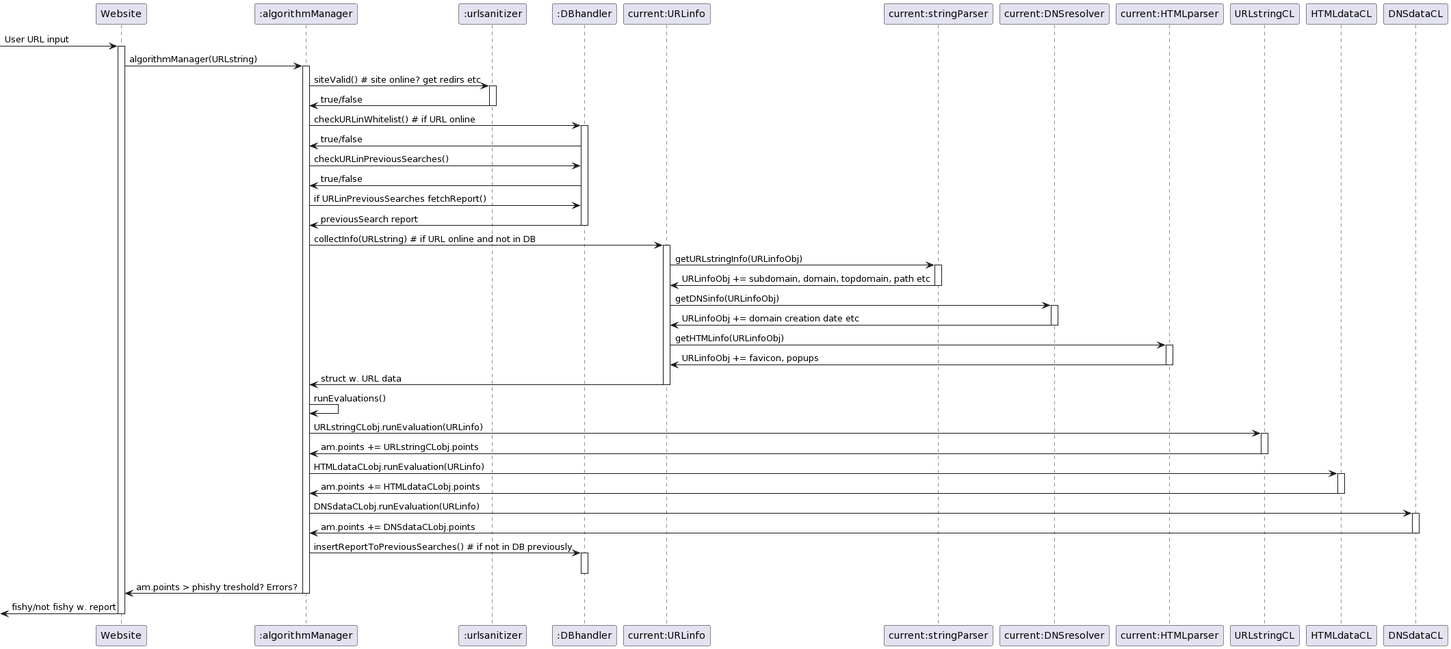
Earlier version of the PlantUML export sequence_diagram.png (Purcs3d/phishing-softhouse).
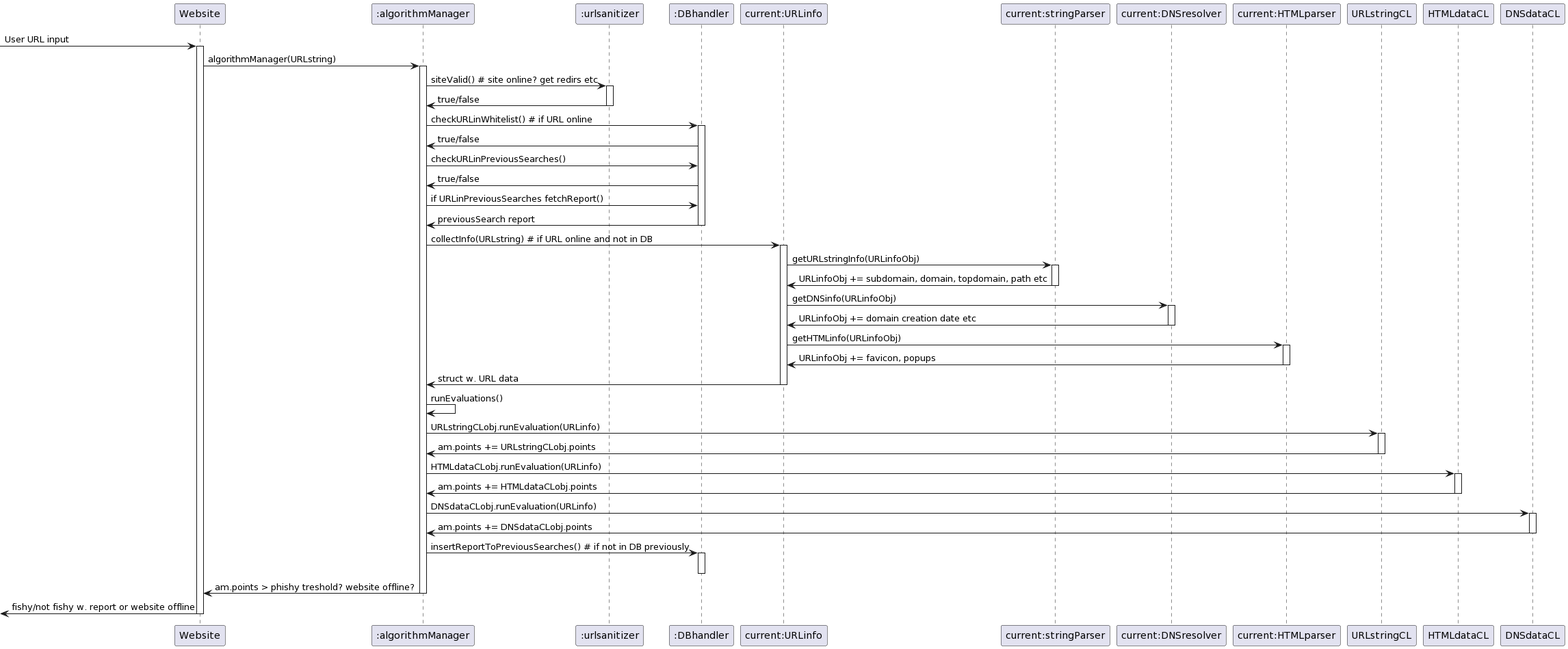
After the change.

Change to the diagram source:
```diff
@@ -62,8 +62,8 @@
 am -> db : insertReportToPreviousSearches() # if not in DB previously
 activate db
 deactivate db
- ws <- am : am.points > phishy treshold? Errors?
+ ws <- am : am.points > phishy treshold? website offline?
 deactivate am
-<- ws :fishy/not fishy w. report
+<- ws :fishy/not fishy w. report or website offline
 deactivate ws
 @enduml
```
